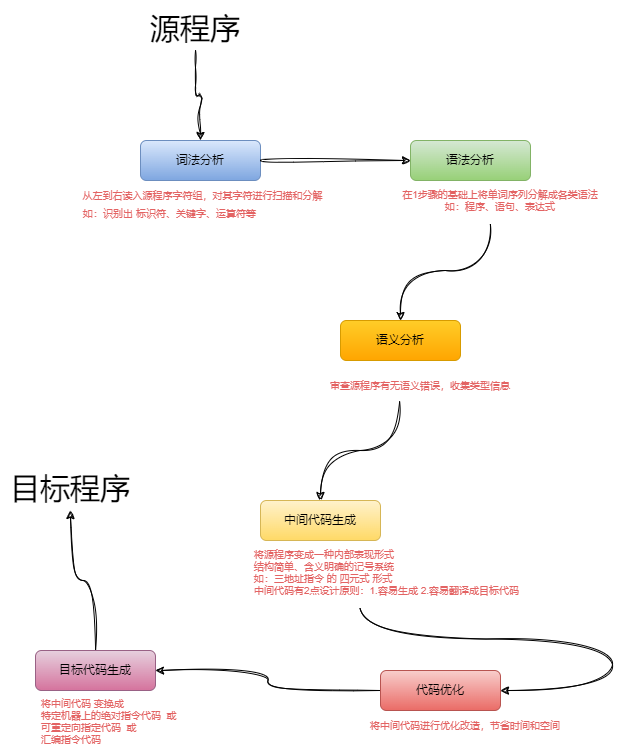
Earlier version of the draw.io export 计算机基础/编译原理/一章1.2.0.drawio.png (youjizi/images). Source tidied: cells renumbered, new cells last; positions are measured from the earlier drawing's top-left corner, leaving out a move shared by most shapes.
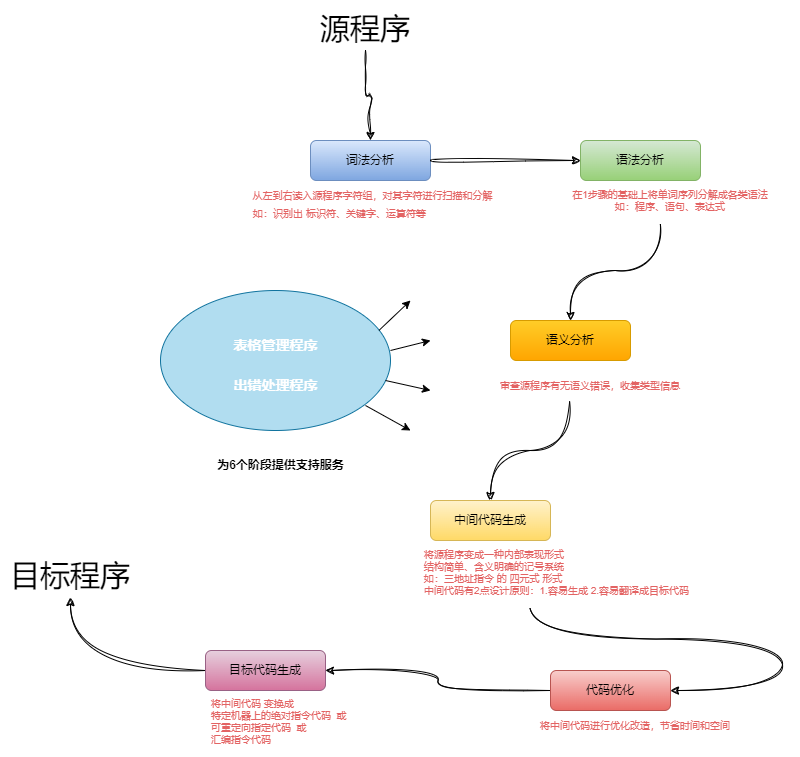
After the commit.

Change to the diagram source:
```diff
@@ -39,7 +39,7 @@
       <mxGeometry x="35" y="650" width="120" height="40" as="geometry" />
     </mxCell>
     <mxCell id="14" value="目标程序" style="text;align=center;verticalAlign=middle;points=[];strokeColor=none;fillColor=none;fontSize=30;" parent="1" vertex="1">
-      <mxGeometry y="460" width="140" height="50" as="geometry" />
+      <mxGeometry x="-170" y="547" width="140" height="50" as="geometry" />
     </mxCell>
     <mxCell id="15" style="group;fontColor=none;noLabel=1;fontSize=10;" parent="1" vertex="1">
       <mxGeometry x="52.5" y="180" width="305" height="60" as="geometry" />
@@ -77,5 +77,46 @@
     <mxCell id="26" value="将中间代码 变换成 &#10;特定机器上的绝对指令代码  或&#10;可重定向指定代码  或&#10;汇编指令代码" style="text;align=left;verticalAlign=middle;strokeColor=none;fillColor=none;fontColor=#e36363;fontSize=10;" parent="1" vertex="1">
       <mxGeometry x="39" y="686" width="190" height="70" as="geometry" />
     </mxCell>
+    <mxCell id="27" style="group;" parent="1" vertex="1">
+      <mxGeometry x="-10" y="290" width="270" height="140" as="geometry" />
+    </mxCell>
+    <mxCell id="28" style="group;" parent="27" vertex="1">
+      <mxGeometry width="230" height="140" as="geometry" />
+    </mxCell>
+    <mxCell id="29" style="ellipse;whiteSpace=wrap;html=1;fillColor=#b1ddf0;strokeColor=#10739e;fontColor=#ffffff;" parent="28" vertex="1">
+      <mxGeometry width="230" height="140" as="geometry" />
+    </mxCell>
+    <mxCell id="30" value="表格管理程序" style="text;html=1;align=center;verticalAlign=middle;strokeColor=none;fillColor=none;fontSize=14;fontStyle=1;fontColor=#ffffff;" parent="28" vertex="1">
+      <mxGeometry x="60" y="40" width="110" height="30" as="geometry" />
+    </mxCell>
+    <mxCell id="31" value="出错处理程序" style="text;html=1;align=center;verticalAlign=middle;strokeColor=none;fillColor=none;fontSize=14;fontStyle=1;fontColor=#ffffff;" parent="28" vertex="1">
+      <mxGeometry x="60" y="80" width="110" height="30" as="geometry" />
+    </mxCell>
+    <mxCell id="32" style="endArrow=classic;html=1;rounded=0;exitX=0.95;exitY=0.285;exitDx=0;exitDy=0;exitPerimeter=0;" parent="28" edge="1" source="29">
+      <mxGeometry relative="1" as="geometry">
+        <mxPoint x="250" y="10" as="targetPoint" />
+      </mxGeometry>
+    </mxCell>
+    <mxCell id="33" style="endArrow=classic;html=1;rounded=0;" parent="27" edge="1">
+      <mxGeometry relative="1" as="geometry">
+        <mxPoint x="230" y="60" as="sourcePoint" />
+        <mxPoint x="270" y="50" as="targetPoint" />
+      </mxGeometry>
+    </mxCell>
+    <mxCell id="34" style="endArrow=classic;html=1;rounded=0;" parent="27" edge="1">
+      <mxGeometry relative="1" as="geometry">
+        <mxPoint x="225" y="90" as="sourcePoint" />
+        <mxPoint x="270" y="100" as="targetPoint" />
+      </mxGeometry>
+    </mxCell>
+    <mxCell id="35" style="endArrow=classic;html=1;rounded=0;" parent="27" edge="1">
+      <mxGeometry relative="1" as="geometry">
+        <mxPoint x="205" y="115" as="sourcePoint" />
+        <mxPoint x="250" y="140" as="targetPoint" />
+      </mxGeometry>
+    </mxCell>
+    <mxCell id="36" value="为6个阶段提供支持服务" style="text;html=1;align=center;verticalAlign=middle;strokeColor=none;fillColor=none;fontStyle=1;" parent="1" vertex="1">
+      <mxGeometry x="35" y="450" width="150" height="30" as="geometry" />
+    </mxCell>
   </root>
 </mxGraphModel>
```
